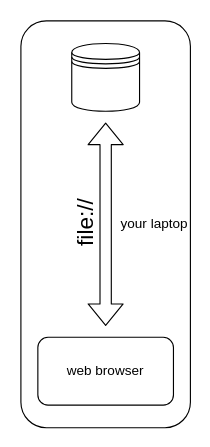
ue22-p21/web-intro keeps this draw.io diagram as media/local-file.dio. Above is the earlier version. Source tidied: cells renumbered, new cells numbered last; positions are measured from the earlier drawing's top-left corner, leaving out a move shared by most shapes. Both pictures are drawn from the tidied source at 113%, with x=0, y=0 at pixel (20, 20).
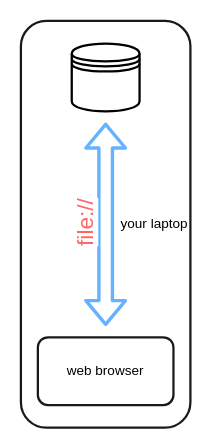
Above is the later version.

Diff of the diagram source:
```diff
@@
 <mxGraphModel background="#ffffff">
   <root>
     <mxCell id="0" />
     <mxCell id="1" parent="0" />
-    <mxCell id="2" value="&lt;div style=&quot;text-align: right&quot;&gt;&lt;span style=&quot;letter-spacing: 0px&quot;&gt;your laptop&lt;/span&gt;&lt;/div&gt;" style="rounded=1;whiteSpace=wrap;html=1;align=right;" parent="1" vertex="1">
+    <mxCell id="2" value="&lt;div style=&quot;text-align: right&quot;&gt;&lt;span style=&quot;letter-spacing: 0px&quot;&gt;your laptop&lt;/span&gt;&lt;/div&gt;" style="rounded=1;whiteSpace=wrap;html=1;align=right;strokeColor=#1A1A1A;strokeWidth=2;" parent="1" vertex="1">
       <mxGeometry width="150" height="360" as="geometry" />
     </mxCell>
-    <mxCell id="3" style="shape=flexArrow;endArrow=classic;startArrow=classic;html=1;fillColor=#ffffff;exitX=0.5;exitY=0;" parent="1" edge="1">
+    <mxCell id="3" style="shape=flexArrow;endArrow=classic;startArrow=classic;html=1;fillColor=#ffffff;exitX=0.5;exitY=0;strokeColor=#66B2FF;strokeWidth=3;" parent="1" edge="1">
       <mxGeometry relative="1" as="geometry">
         <mxPoint x="75" y="270" as="sourcePoint" />
         <mxPoint x="75" y="90" as="targetPoint" />
       </mxGeometry>
     </mxCell>
-    <mxCell id="4" value="&lt;font style=&quot;font-size: 20px&quot;&gt;file://&lt;/font&gt;" style="text;html=1;align=center;verticalAlign=middle;labelBackgroundColor=#ffffff;rotation=-90;" parent="3" vertex="1">
+    <mxCell id="4" value="&lt;font style=&quot;font-size: 20px&quot;&gt;file://&lt;/font&gt;" style="text;html=1;align=center;verticalAlign=middle;labelBackgroundColor=#ffffff;rotation=-90;fontColor=#FF6666;" parent="3" vertex="1">
       <mxGeometry x="0.58" y="1" relative="1" as="geometry">
         <mxPoint x="-19" y="52" as="offset" />
       </mxGeometry>
     </mxCell>
-    <mxCell id="5" value="web browser" style="rounded=1;whiteSpace=wrap;html=1;" parent="1" vertex="1">
+    <mxCell id="5" value="web browser" style="rounded=1;whiteSpace=wrap;html=1;strokeWidth=2;strokeColor=#1A1A1A;" parent="1" vertex="1">
       <mxGeometry x="15" y="280" width="120" height="60" as="geometry" />
     </mxCell>
-    <mxCell id="6" style="shape=datastore;whiteSpace=wrap;html=1;" parent="1" vertex="1">
+    <mxCell id="6" style="shape=datastore;whiteSpace=wrap;html=1;strokeWidth=2;" parent="1" vertex="1">
       <mxGeometry x="45" y="20" width="60" height="60" as="geometry" />
     </mxCell>
   </root>
 </mxGraphModel>
```
